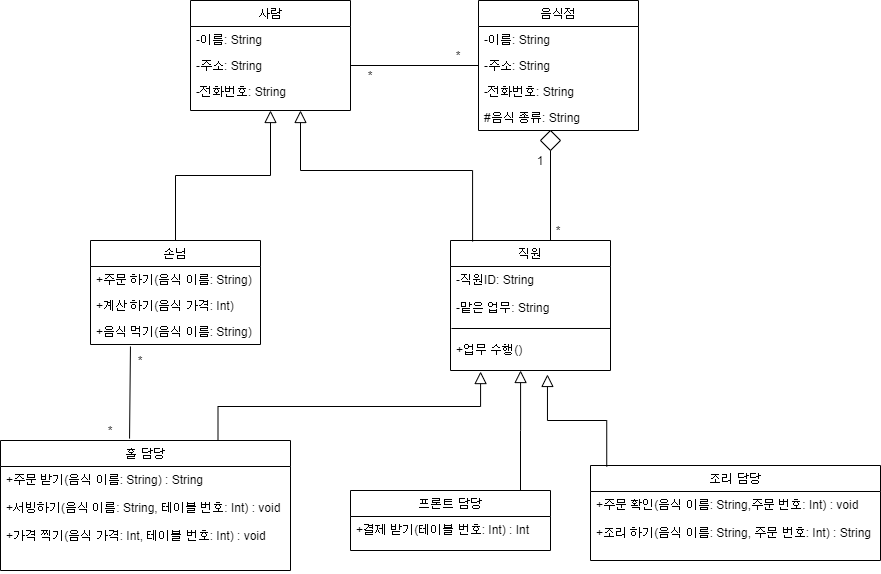
Above: Class Diagram.png in HyeminBaek/Software_engineering_HW (draw.io), before the change. Source tidied: cells renumbered, new cells last; positions are measured from the earlier drawing's top-left corner, leaving out a move shared by most shapes.
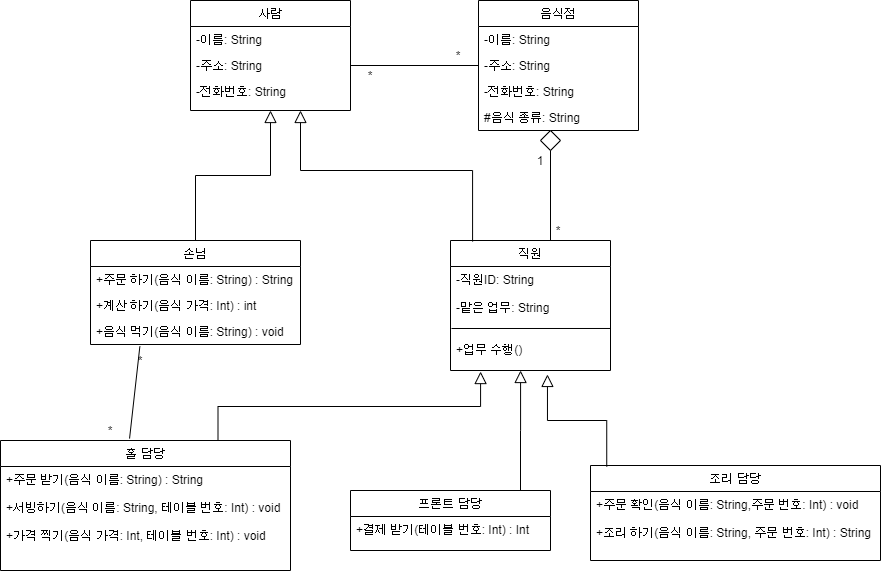
Later version of the same file.

What changed in the source:
```diff
@@ -15,16 +15,16 @@
       <mxGeometry y="78" width="160" height="26" as="geometry" />
     </mxCell>
     <mxCell id="6" value="손님" style="swimlane;fontStyle=0;align=center;verticalAlign=top;horizontal=1;startSize=26;rounded=0;shadow=0;strokeWidth=1;" parent="1" vertex="1">
-      <mxGeometry x="90" y="240" width="170" height="104" as="geometry" />
+      <mxGeometry x="90" y="240" width="210" height="104" as="geometry" />
     </mxCell>
-    <mxCell id="7" value="+주문 하기(음식 이름: String)" style="text;align=left;verticalAlign=top;spacingLeft=4;spacingRight=4;overflow=hidden;" parent="6" vertex="1">
-      <mxGeometry y="26" width="170" height="26" as="geometry" />
+    <mxCell id="7" value="+주문 하기(음식 이름: String) : String" style="text;align=left;verticalAlign=top;spacingLeft=4;spacingRight=4;overflow=hidden;" parent="6" vertex="1">
+      <mxGeometry y="26" width="210" height="26" as="geometry" />
     </mxCell>
-    <mxCell id="8" value="+계산 하기(음식 가격: Int)" style="text;align=left;verticalAlign=top;spacingLeft=4;spacingRight=4;overflow=hidden;rounded=0;shadow=0;html=0;" parent="6" vertex="1">
-      <mxGeometry y="52" width="170" height="26" as="geometry" />
+    <mxCell id="8" value="+계산 하기(음식 가격: Int) : int" style="text;align=left;verticalAlign=top;spacingLeft=4;spacingRight=4;overflow=hidden;rounded=0;shadow=0;html=0;" parent="6" vertex="1">
+      <mxGeometry y="52" width="210" height="26" as="geometry" />
     </mxCell>
-    <mxCell id="9" value="+음식 먹기(음식 이름: String)" style="text;align=left;verticalAlign=top;spacingLeft=4;spacingRight=4;overflow=hidden;points=[[0,0.5],[1,0.5]];portConstraint=eastwest;" parent="6" vertex="1">
-      <mxGeometry y="78" width="170" height="26" as="geometry" />
+    <mxCell id="9" value="+음식 먹기(음식 이름: String) : void" style="text;align=left;verticalAlign=top;spacingLeft=4;spacingRight=4;overflow=hidden;points=[[0,0.5],[1,0.5]];portConstraint=eastwest;" parent="6" vertex="1">
+      <mxGeometry y="78" width="210" height="26" as="geometry" />
     </mxCell>
     <mxCell id="10" style="endArrow=block;endSize=10;endFill=0;shadow=0;strokeWidth=1;rounded=0;edgeStyle=elbowEdgeStyle;elbow=vertical;" parent="1" edge="1" source="6" target="2">
       <mxGeometry relative="1" as="geometry" />
```
